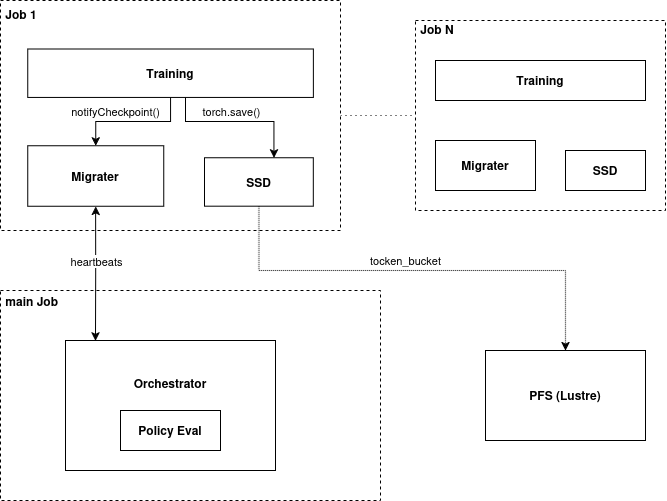
Above: slides/assets/arch.png in zeeesoares/ca_project (draw.io), before the change. Source tidied: cells renumbered, new cells last; positions are measured from the earlier drawing's top-left corner, leaving out a move shared by most shapes. Its diagram source:
```xml
<mxGraphModel>
  <root>
    <mxCell id="0" />
    <mxCell id="1" parent="0" />
    <mxCell id="2" value="&lt;div align=&quot;left&quot;&gt;&lt;b&gt;&amp;nbsp;main Job&lt;/b&gt;&lt;/div&gt;&lt;div&gt;&lt;br&gt;&lt;/div&gt;&lt;div&gt;&lt;br&gt;&lt;/div&gt;&lt;div&gt;&lt;br&gt;&lt;/div&gt;&lt;div&gt;&lt;br&gt;&lt;/div&gt;&lt;div&gt;&lt;br&gt;&lt;/div&gt;&lt;div&gt;&lt;br&gt;&lt;/div&gt;&lt;div&gt;&lt;br&gt;&lt;/div&gt;&lt;div&gt;&lt;br&gt;&lt;/div&gt;&lt;div&gt;&lt;br&gt;&lt;/div&gt;&lt;div&gt;&lt;br&gt;&lt;/div&gt;&lt;div&gt;&lt;br&gt;&lt;/div&gt;&lt;div&gt;&lt;br&gt;&lt;/div&gt;&lt;div&gt;&lt;br&gt;&lt;/div&gt;" style="rounded=0;whiteSpace=wrap;html=1;dashed=1;align=left;" parent="1" vertex="1">
      <mxGeometry y="290" width="380" height="210" as="geometry" />
    </mxCell>
    <mxCell id="3" value="&lt;b&gt;PFS&amp;nbsp;(Lustre)&lt;/b&gt;" style="rounded=0;whiteSpace=wrap;html=1;" parent="1" vertex="1">
      <mxGeometry x="485" y="350" width="160" height="90" as="geometry" />
    </mxCell>
    <mxCell id="4" value="&lt;div&gt;&lt;b&gt;Orchestrator&lt;/b&gt;&lt;/div&gt;&lt;div&gt;&lt;br&gt;&lt;/div&gt;&lt;div&gt;&lt;br&gt;&lt;/div&gt;&lt;div&gt;&lt;br&gt;&lt;/div&gt;" style="rounded=0;whiteSpace=wrap;html=1;" parent="1" vertex="1">
      <mxGeometry x="65" y="340" width="210" height="130" as="geometry" />
    </mxCell>
    <mxCell id="5" style="edgeStyle=orthogonalEdgeStyle;rounded=0;jettySize=auto;html=1;dashed=1;dashPattern=1 4;endArrow=none;endFill=0;" parent="1" edge="1" source="12" target="7">
      <mxGeometry relative="1" as="geometry" />
    </mxCell>
    <mxCell id="6" style="group;" parent="1" vertex="1">
      <mxGeometry x="415" y="20" width="250" height="190" as="geometry" />
    </mxCell>
    <mxCell id="7" value="&lt;div align=&quot;left&quot;&gt;&lt;b&gt;&amp;nbsp;Job N&lt;/b&gt;&lt;/div&gt;&lt;div align=&quot;left&quot;&gt;&lt;br&gt;&lt;/div&gt;&lt;div align=&quot;left&quot;&gt;&lt;br&gt;&lt;/div&gt;&lt;div align=&quot;left&quot;&gt;&lt;br&gt;&lt;/div&gt;&lt;div align=&quot;left&quot;&gt;&lt;br&gt;&lt;/div&gt;&lt;div align=&quot;left&quot;&gt;&lt;br&gt;&lt;/div&gt;&lt;div align=&quot;left&quot;&gt;&lt;br&gt;&lt;/div&gt;&lt;div align=&quot;left&quot;&gt;&lt;br&gt;&lt;/div&gt;&lt;div align=&quot;left&quot;&gt;&lt;br&gt;&lt;/div&gt;&lt;div align=&quot;left&quot;&gt;&lt;br&gt;&lt;/div&gt;&lt;div&gt;&lt;br&gt;&lt;/div&gt;&lt;div&gt;&lt;br&gt;&lt;/div&gt;&lt;div&gt;&lt;br&gt;&lt;/div&gt;" style="rounded=0;whiteSpace=wrap;html=1;align=left;dashed=1;" parent="6" vertex="1">
      <mxGeometry width="250" height="190" as="geometry" />
    </mxCell>
    <mxCell id="8" value="&lt;b&gt;Migrater&lt;/b&gt;" style="rounded=0;whiteSpace=wrap;html=1;" parent="6" vertex="1">
      <mxGeometry x="20" y="120" width="100" height="50" as="geometry" />
    </mxCell>
    <mxCell id="9" value="&lt;b&gt;SSD&lt;/b&gt;" style="rounded=0;whiteSpace=wrap;html=1;" parent="6" vertex="1">
      <mxGeometry x="150" y="130" width="80" height="40" as="geometry" />
    </mxCell>
    <mxCell id="10" value="&lt;b&gt;Training&lt;/b&gt;" style="rounded=0;whiteSpace=wrap;html=1;" parent="6" vertex="1">
      <mxGeometry x="20" y="40" width="210" height="40" as="geometry" />
    </mxCell>
    <mxCell id="11" style="group;" parent="1" vertex="1">
      <mxGeometry width="340" height="230" as="geometry" />
    </mxCell>
    <mxCell id="12" value="&lt;div align=&quot;left&quot;&gt;&lt;b&gt;&amp;nbsp;Job 1&lt;/b&gt;&lt;/div&gt;&lt;div align=&quot;left&quot;&gt;&lt;br&gt;&lt;/div&gt;&lt;div align=&quot;left&quot;&gt;&lt;br&gt;&lt;/div&gt;&lt;div align=&quot;left&quot;&gt;&lt;br&gt;&lt;/div&gt;&lt;div align=&quot;left&quot;&gt;&lt;br&gt;&lt;/div&gt;&lt;div align=&quot;left&quot;&gt;&lt;br&gt;&lt;/div&gt;&lt;div align=&quot;left&quot;&gt;&lt;br&gt;&lt;/div&gt;&lt;div align=&quot;left&quot;&gt;&lt;br&gt;&lt;/div&gt;&lt;div align=&quot;left&quot;&gt;&lt;br&gt;&lt;/div&gt;&lt;div align=&quot;left&quot;&gt;&lt;br&gt;&lt;/div&gt;&lt;div&gt;&lt;br&gt;&lt;/div&gt;&lt;div&gt;&lt;br&gt;&lt;/div&gt;&lt;div&gt;&lt;br&gt;&lt;/div&gt;&lt;div&gt;&lt;br&gt;&lt;/div&gt;&lt;div&gt;&lt;br&gt;&lt;/div&gt;" style="rounded=0;whiteSpace=wrap;html=1;align=left;dashed=1;" parent="11" vertex="1">
      <mxGeometry width="340" height="230" as="geometry" />
    </mxCell>
    <mxCell id="13" value="&lt;b&gt;Migrater&lt;/b&gt;" style="rounded=0;whiteSpace=wrap;html=1;" parent="11" vertex="1">
      <mxGeometry x="27.2" y="145.3" width="136" height="60.5" as="geometry" />
    </mxCell>
    <mxCell id="14" value="&lt;b&gt;SSD&lt;/b&gt;" style="rounded=0;whiteSpace=wrap;html=1;" parent="11" vertex="1">
      <mxGeometry x="204" y="157.4" width="108.8" height="48.4" as="geometry" />
    </mxCell>
    <mxCell id="15" style="edgeStyle=orthogonalEdgeStyle;rounded=0;jettySize=auto;html=1;exitX=0.5;exitY=1;exitDx=0;exitDy=0;entryX=0.5;entryY=0;entryDx=0;entryDy=0;" parent="11" edge="1" source="19" target="13">
      <mxGeometry relative="1" as="geometry" />
    </mxCell>
    <mxCell id="16" value="notifyCheckpoint()" style="edgeLabel;html=1;align=center;verticalAlign=middle;" parent="15" vertex="1">
      <mxGeometry x="0.08" relative="1" as="geometry">
        <mxPoint x="-13" y="-10" as="offset" />
      </mxGeometry>
    </mxCell>
    <mxCell id="17" style="edgeStyle=orthogonalEdgeStyle;rounded=0;orthogonalLoop=1;jettySize=auto;html=1;exitX=0.5;exitY=1;exitDx=0;exitDy=0;" parent="11" edge="1">
      <mxGeometry relative="1" as="geometry">
        <mxPoint x="185" y="96.8" as="sourcePoint" />
        <mxPoint x="273.4" y="157.4" as="targetPoint" />
        <Array as="points">
          <mxPoint x="185" y="121.1" />
          <mxPoint x="273.4" y="121.1" />
        </Array>
      </mxGeometry>
    </mxCell>
    <mxCell id="18" value="torch.save()" style="edgeLabel;html=1;align=center;verticalAlign=middle;" parent="17" vertex="1">
      <mxGeometry x="0.08" y="1" relative="1" as="geometry">
        <mxPoint x="-10" y="-9" as="offset" />
      </mxGeometry>
    </mxCell>
    <mxCell id="19" value="&lt;b&gt;Training&lt;/b&gt;" style="rounded=0;whiteSpace=wrap;html=1;" parent="11" vertex="1">
      <mxGeometry x="27.2" y="48.4" width="285.6" height="48.4" as="geometry" />
    </mxCell>
    <mxCell id="20" style="edgeStyle=orthogonalEdgeStyle;rounded=0;jettySize=auto;html=1;exitX=0.5;exitY=1;exitDx=0;exitDy=0;entryX=0.143;entryY=0.002;entryDx=0;entryDy=0;startArrow=classic;startFill=1;entryPerimeter=0;" parent="1" edge="1" source="13" target="4">
      <mxGeometry relative="1" as="geometry" />
    </mxCell>
    <mxCell id="21" value="heartbeats" style="edgeLabel;html=1;align=center;verticalAlign=middle;" parent="20" vertex="1">
      <mxGeometry x="-0.5" y="3" relative="1" as="geometry">
        <mxPoint x="-3" y="21" as="offset" />
      </mxGeometry>
    </mxCell>
    <mxCell id="22" value="&lt;b&gt;Policy Eval&lt;/b&gt;" style="rounded=0;whiteSpace=wrap;html=1;" parent="1" vertex="1">
      <mxGeometry x="120" y="410" width="100" height="40" as="geometry" />
    </mxCell>
    <mxCell id="23" style="edgeStyle=orthogonalEdgeStyle;rounded=0;jettySize=auto;html=1;exitX=0.5;exitY=1;exitDx=0;exitDy=0;dashed=1;dashPattern=1 1;" parent="1" edge="1" source="14" target="3">
      <mxGeometry relative="1" as="geometry">
        <Array as="points">
          <mxPoint x="258" y="270" />
          <mxPoint x="565" y="270" />
        </Array>
      </mxGeometry>
    </mxCell>
    <mxCell id="24" value="tocken_bucket" style="edgeLabel;html=1;align=center;verticalAlign=middle;" parent="23" vertex="1">
      <mxGeometry x="-0.07" relative="1" as="geometry">
        <mxPoint y="-10" as="offset" />
      </mxGeometry>
    </mxCell>
  </root>
</mxGraphModel>
```
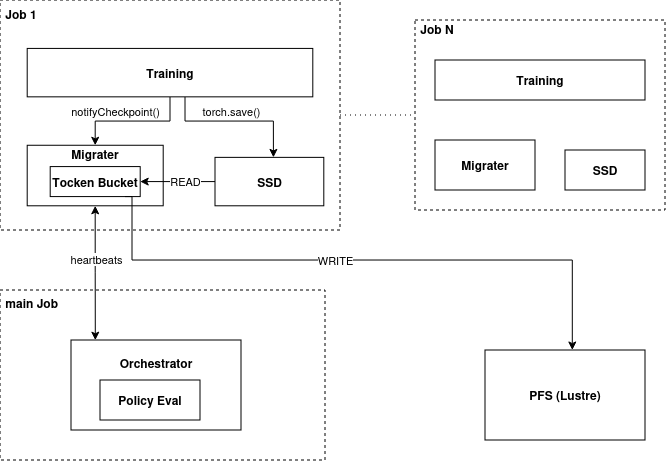
After the commit.

Change to the diagram source:
```diff
@@ -2,14 +2,14 @@
   <root>
     <mxCell id="0" />
     <mxCell id="1" parent="0" />
-    <mxCell id="2" value="&lt;div align=&quot;left&quot;&gt;&lt;b&gt;&amp;nbsp;main Job&lt;/b&gt;&lt;/div&gt;&lt;div&gt;&lt;br&gt;&lt;/div&gt;&lt;div&gt;&lt;br&gt;&lt;/div&gt;&lt;div&gt;&lt;br&gt;&lt;/div&gt;&lt;div&gt;&lt;br&gt;&lt;/div&gt;&lt;div&gt;&lt;br&gt;&lt;/div&gt;&lt;div&gt;&lt;br&gt;&lt;/div&gt;&lt;div&gt;&lt;br&gt;&lt;/div&gt;&lt;div&gt;&lt;br&gt;&lt;/div&gt;&lt;div&gt;&lt;br&gt;&lt;/div&gt;&lt;div&gt;&lt;br&gt;&lt;/div&gt;&lt;div&gt;&lt;br&gt;&lt;/div&gt;&lt;div&gt;&lt;br&gt;&lt;/div&gt;&lt;div&gt;&lt;br&gt;&lt;/div&gt;" style="rounded=0;whiteSpace=wrap;html=1;dashed=1;align=left;" parent="1" vertex="1">
-      <mxGeometry y="290" width="380" height="210" as="geometry" />
+    <mxCell id="2" value="&lt;div align=&quot;left&quot;&gt;&lt;b&gt;&amp;nbsp;main Job&lt;/b&gt;&lt;/div&gt;&lt;div&gt;&lt;br&gt;&lt;/div&gt;&lt;div&gt;&lt;br&gt;&lt;/div&gt;&lt;div&gt;&lt;br&gt;&lt;/div&gt;&lt;div&gt;&lt;br&gt;&lt;/div&gt;&lt;div&gt;&lt;br&gt;&lt;/div&gt;&lt;div&gt;&lt;br&gt;&lt;/div&gt;&lt;div&gt;&lt;br&gt;&lt;/div&gt;&lt;div&gt;&lt;br&gt;&lt;/div&gt;&lt;div&gt;&lt;br&gt;&lt;/div&gt;&lt;div&gt;&lt;br&gt;&lt;/div&gt;" style="rounded=0;whiteSpace=wrap;html=1;dashed=1;align=left;" parent="1" vertex="1">
+      <mxGeometry y="290" width="325" height="170" as="geometry" />
     </mxCell>
     <mxCell id="3" value="&lt;b&gt;PFS&amp;nbsp;(Lustre)&lt;/b&gt;" style="rounded=0;whiteSpace=wrap;html=1;" parent="1" vertex="1">
       <mxGeometry x="485" y="350" width="160" height="90" as="geometry" />
     </mxCell>
     <mxCell id="4" value="&lt;div&gt;&lt;b&gt;Orchestrator&lt;/b&gt;&lt;/div&gt;&lt;div&gt;&lt;br&gt;&lt;/div&gt;&lt;div&gt;&lt;br&gt;&lt;/div&gt;&lt;div&gt;&lt;br&gt;&lt;/div&gt;" style="rounded=0;whiteSpace=wrap;html=1;" parent="1" vertex="1">
-      <mxGeometry x="65" y="340" width="210" height="130" as="geometry" />
+      <mxGeometry x="71" y="340" width="170" height="90" as="geometry" />
     </mxCell>
     <mxCell id="5" style="edgeStyle=orthogonalEdgeStyle;rounded=0;jettySize=auto;html=1;dashed=1;dashPattern=1 4;endArrow=none;endFill=0;" parent="1" edge="1" source="12" target="7">
       <mxGeometry relative="1" as="geometry" />
@@ -35,11 +35,11 @@
     <mxCell id="12" value="&lt;div align=&quot;left&quot;&gt;&lt;b&gt;&amp;nbsp;Job 1&lt;/b&gt;&lt;/div&gt;&lt;div align=&quot;left&quot;&gt;&lt;br&gt;&lt;/div&gt;&lt;div align=&quot;left&quot;&gt;&lt;br&gt;&lt;/div&gt;&lt;div align=&quot;left&quot;&gt;&lt;br&gt;&lt;/div&gt;&lt;div align=&quot;left&quot;&gt;&lt;br&gt;&lt;/div&gt;&lt;div align=&quot;left&quot;&gt;&lt;br&gt;&lt;/div&gt;&lt;div align=&quot;left&quot;&gt;&lt;br&gt;&lt;/div&gt;&lt;div align=&quot;left&quot;&gt;&lt;br&gt;&lt;/div&gt;&lt;div align=&quot;left&quot;&gt;&lt;br&gt;&lt;/div&gt;&lt;div align=&quot;left&quot;&gt;&lt;br&gt;&lt;/div&gt;&lt;div&gt;&lt;br&gt;&lt;/div&gt;&lt;div&gt;&lt;br&gt;&lt;/div&gt;&lt;div&gt;&lt;br&gt;&lt;/div&gt;&lt;div&gt;&lt;br&gt;&lt;/div&gt;&lt;div&gt;&lt;br&gt;&lt;/div&gt;" style="rounded=0;whiteSpace=wrap;html=1;align=left;dashed=1;" parent="11" vertex="1">
       <mxGeometry width="340" height="230" as="geometry" />
     </mxCell>
-    <mxCell id="13" value="&lt;b&gt;Migrater&lt;/b&gt;" style="rounded=0;whiteSpace=wrap;html=1;" parent="11" vertex="1">
+    <mxCell id="13" value="&lt;div&gt;&lt;b&gt;Migrater&lt;/b&gt;&lt;/div&gt;&lt;div&gt;&lt;br&gt;&lt;/div&gt;&lt;div&gt;&lt;br&gt;&lt;/div&gt;&lt;div&gt;&lt;br&gt;&lt;/div&gt;" style="rounded=0;whiteSpace=wrap;html=1;" parent="11" vertex="1">
       <mxGeometry x="27.2" y="145.3" width="136" height="60.5" as="geometry" />
     </mxCell>
     <mxCell id="14" value="&lt;b&gt;SSD&lt;/b&gt;" style="rounded=0;whiteSpace=wrap;html=1;" parent="11" vertex="1">
-      <mxGeometry x="204" y="157.4" width="108.8" height="48.4" as="geometry" />
+      <mxGeometry x="215" y="157.4" width="108.8" height="48.4" as="geometry" />
     </mxCell>
     <mxCell id="15" style="edgeStyle=orthogonalEdgeStyle;rounded=0;jettySize=auto;html=1;exitX=0.5;exitY=1;exitDx=0;exitDy=0;entryX=0.5;entryY=0;entryDx=0;entryDy=0;" parent="11" edge="1" source="19" target="13">
       <mxGeometry relative="1" as="geometry" />
@@ -67,29 +67,43 @@
     <mxCell id="19" value="&lt;b&gt;Training&lt;/b&gt;" style="rounded=0;whiteSpace=wrap;html=1;" parent="11" vertex="1">
       <mxGeometry x="27.2" y="48.4" width="285.6" height="48.4" as="geometry" />
     </mxCell>
+    <mxCell id="25" style="edgeStyle=orthogonalEdgeStyle;rounded=0;jettySize=auto;html=1;exitX=1;exitY=0.5;exitDx=0;exitDy=0;entryX=0;entryY=0.5;entryDx=0;entryDy=0;startArrow=classic;startFill=1;endArrow=none;endFill=0;" parent="11" edge="1" source="27" target="14">
+      <mxGeometry relative="1" as="geometry" />
+    </mxCell>
+    <mxCell id="26" value="READ" style="edgeLabel;html=1;align=center;verticalAlign=middle;" parent="25" vertex="1">
+      <mxGeometry x="-0.2" y="1" relative="1" as="geometry">
+        <mxPoint x="15" as="offset" />
+      </mxGeometry>
+    </mxCell>
+    <mxCell id="27" value="&lt;b&gt;Tocken Bucket&lt;/b&gt;" style="rounded=0;whiteSpace=wrap;html=1;" parent="11" vertex="1">
+      <mxGeometry x="50.2" y="166.6" width="90" height="30" as="geometry" />
+    </mxCell>
     <mxCell id="20" style="edgeStyle=orthogonalEdgeStyle;rounded=0;jettySize=auto;html=1;exitX=0.5;exitY=1;exitDx=0;exitDy=0;entryX=0.143;entryY=0.002;entryDx=0;entryDy=0;startArrow=classic;startFill=1;entryPerimeter=0;" parent="1" edge="1" source="13" target="4">
       <mxGeometry relative="1" as="geometry" />
     </mxCell>
     <mxCell id="21" value="heartbeats" style="edgeLabel;html=1;align=center;verticalAlign=middle;" parent="20" vertex="1">
       <mxGeometry x="-0.5" y="3" relative="1" as="geometry">
-        <mxPoint x="-3" y="21" as="offset" />
+        <mxPoint x="-3" y="20" as="offset" />
       </mxGeometry>
     </mxCell>
     <mxCell id="22" value="&lt;b&gt;Policy Eval&lt;/b&gt;" style="rounded=0;whiteSpace=wrap;html=1;" parent="1" vertex="1">
-      <mxGeometry x="120" y="410" width="100" height="40" as="geometry" />
+      <mxGeometry x="100" y="380" width="100" height="40" as="geometry" />
     </mxCell>
-    <mxCell id="23" style="edgeStyle=orthogonalEdgeStyle;rounded=0;jettySize=auto;html=1;exitX=0.5;exitY=1;exitDx=0;exitDy=0;dashed=1;dashPattern=1 1;" parent="1" edge="1" source="14" target="3">
-      <mxGeometry relative="1" as="geometry">
-        <Array as="points">
-          <mxPoint x="258" y="270" />
-          <mxPoint x="565" y="270" />
-        </Array>
-      </mxGeometry>
-    </mxCell>
-    <mxCell id="24" value="tocken_bucket" style="edgeLabel;html=1;align=center;verticalAlign=middle;" parent="23" vertex="1">
-      <mxGeometry x="-0.07" relative="1" as="geometry">
-        <mxPoint y="-10" as="offset" />
-      </mxGeometry>
-    </mxCell>
+    <mxCell id="28" style="edgeStyle=orthogonalEdgeStyle;rounded=0;orthogonalLoop=1;jettySize=auto;html=1;exitX=0.75;exitY=1;exitDx=0;exitDy=0;" parent="1" edge="1">
+      <mxGeometry relative="1" as="geometry">
+        <mxPoint x="125" y="196.6" as="sourcePoint" />
+        <mxPoint x="572.3" y="350" as="targetPoint" />
+        <Array as="points">
+          <mxPoint x="132" y="197" />
+          <mxPoint x="132" y="260" />
+          <mxPoint x="572" y="260" />
+        </Array>
+      </mxGeometry>
+    </mxCell>
+    <mxCell id="29" value="WRITE" style="edgeLabel;html=1;align=center;verticalAlign=middle;" parent="28" vertex="1">
+      <mxGeometry x="-0.78" y="-3" relative="1" as="geometry">
+        <mxPoint x="206" y="5" as="offset" />
+      </mxGeometry>
+    </mxCell>
   </root>
 </mxGraphModel>
```
